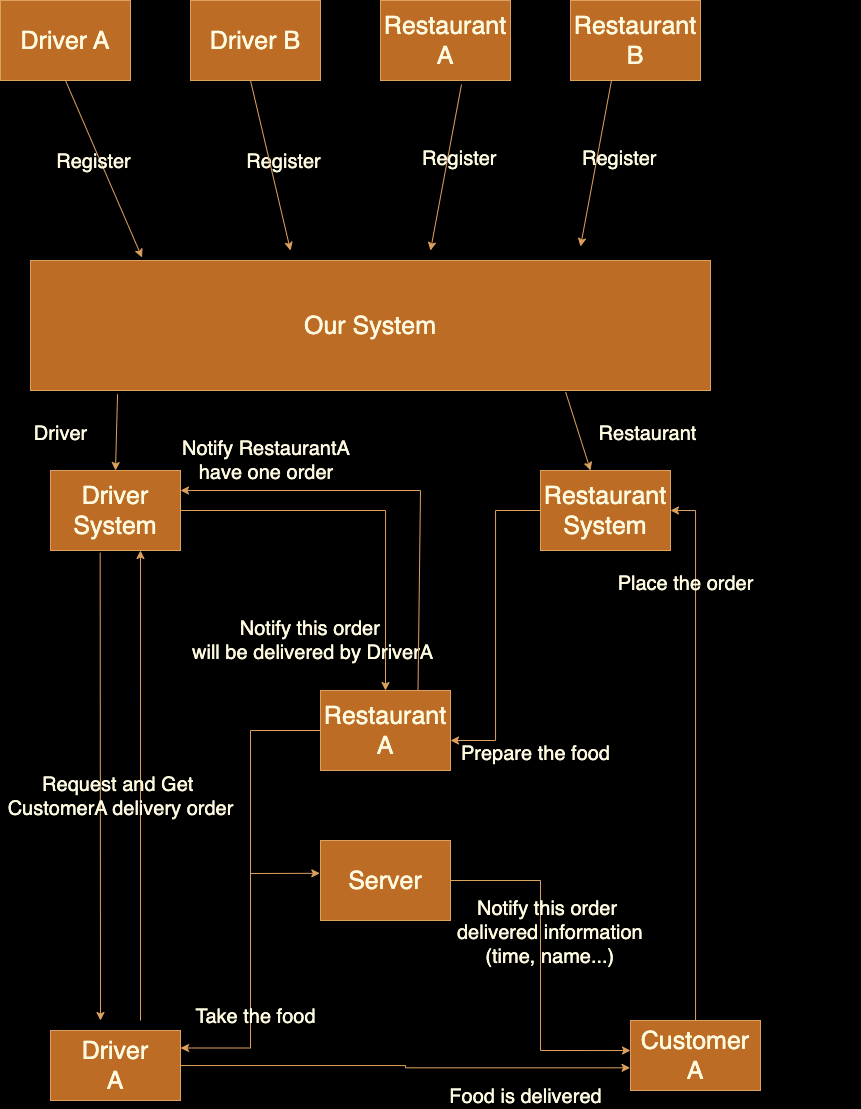
Above: server/public/other/basic_structure/Workflow.png in ryuchenn/Food-Ordering-System (draw.io), before the change. Source tidied: cells renumbered, new cells last; positions are measured from the earlier drawing's top-left corner, leaving out a move shared by most shapes.
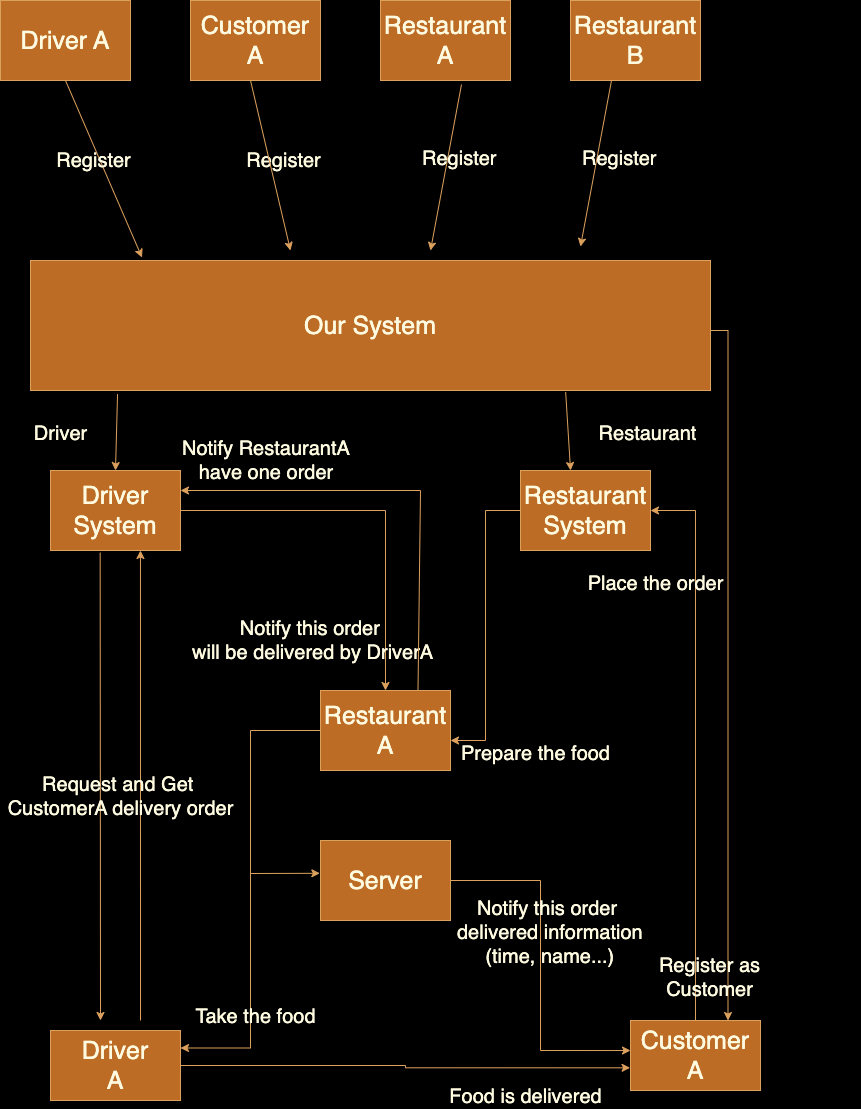
Later version of the same file.

Change to the diagram source:
```diff
@@ -5,7 +5,7 @@
     <mxCell id="2" value="&lt;font style=&quot;font-size: 25px;&quot;&gt;Driver A&lt;/font&gt;" style="rounded=0;whiteSpace=wrap;html=1;fontColor=#FEFAE0;labelBackgroundColor=none;labelBorderColor=none;fillColor=#BC6C25;strokeColor=#DDA15E;" parent="1" vertex="1">
       <mxGeometry width="130" height="80" as="geometry" />
     </mxCell>
-    <mxCell id="3" value="&lt;font style=&quot;font-size: 25px;&quot;&gt;Driver B&lt;/font&gt;" style="rounded=0;whiteSpace=wrap;html=1;fontColor=#FEFAE0;labelBackgroundColor=none;labelBorderColor=none;fillColor=#BC6C25;strokeColor=#DDA15E;" parent="1" vertex="1">
+    <mxCell id="3" value="&lt;font style=&quot;font-size: 25px;&quot;&gt;Customer&lt;/font&gt;&lt;div&gt;&lt;font style=&quot;font-size: 25px;&quot;&gt;A&lt;/font&gt;&lt;/div&gt;" style="rounded=0;whiteSpace=wrap;html=1;fontColor=#FEFAE0;labelBackgroundColor=none;labelBorderColor=none;fillColor=#BC6C25;strokeColor=#DDA15E;" parent="1" vertex="1">
       <mxGeometry x="190" width="130" height="80" as="geometry" />
     </mxCell>
     <mxCell id="4" value="&lt;font style=&quot;font-size: 25px;&quot;&gt;Restaurant A&lt;/font&gt;" style="rounded=0;whiteSpace=wrap;html=1;fontColor=#FEFAE0;labelBackgroundColor=none;labelBorderColor=none;fillColor=#BC6C25;strokeColor=#DDA15E;" parent="1" vertex="1">
@@ -14,6 +14,13 @@
     <mxCell id="5" value="&lt;font style=&quot;font-size: 25px;&quot;&gt;Restaurant B&lt;/font&gt;" style="rounded=0;whiteSpace=wrap;html=1;fontColor=#FEFAE0;labelBackgroundColor=none;labelBorderColor=none;fillColor=#BC6C25;strokeColor=#DDA15E;" parent="1" vertex="1">
       <mxGeometry x="570" width="130" height="80" as="geometry" />
     </mxCell>
+    <mxCell id="47" style="edgeStyle=orthogonalEdgeStyle;rounded=0;jettySize=auto;html=1;entryX=0.75;entryY=0;entryDx=0;entryDy=0;labelBackgroundColor=none;strokeColor=#DDA15E;fontColor=default;" parent="1" edge="1" source="6" target="26">
+      <mxGeometry relative="1" as="geometry">
+        <Array as="points">
+          <mxPoint x="728" y="330" />
+        </Array>
+      </mxGeometry>
+    </mxCell>
     <mxCell id="6" value="&lt;font style=&quot;font-size: 25px;&quot;&gt;Our System&lt;/font&gt;" style="rounded=0;whiteSpace=wrap;html=1;fontColor=#FEFAE0;labelBackgroundColor=none;labelBorderColor=none;fillColor=#BC6C25;strokeColor=#DDA15E;" parent="1" vertex="1">
       <mxGeometry x="30" y="260" width="680" height="130" as="geometry" />
     </mxCell>
@@ -60,7 +67,7 @@
       <mxGeometry x="50" y="470" width="130" height="80" as="geometry" />
     </mxCell>
     <mxCell id="17" value="&lt;font style=&quot;font-size: 25px;&quot;&gt;Restaurant&lt;/font&gt;&lt;div&gt;&lt;font style=&quot;font-size: 25px;&quot;&gt;System&lt;/font&gt;&lt;/div&gt;" style="rounded=0;whiteSpace=wrap;html=1;fontColor=#FEFAE0;labelBackgroundColor=none;labelBorderColor=none;fillColor=#BC6C25;strokeColor=#DDA15E;" parent="1" vertex="1">
-      <mxGeometry x="540" y="470" width="130" height="80" as="geometry" />
+      <mxGeometry x="520" y="470" width="130" height="80" as="geometry" />
     </mxCell>
     <mxCell id="18" value="&lt;font style=&quot;font-size: 20px;&quot;&gt;Driver&lt;/font&gt;" style="edgeLabel;html=1;align=center;verticalAlign=middle;fontColor=#FEFAE0;labelBackgroundColor=none;labelBorderColor=none;" parent="1" vertex="1">
       <mxGeometry x="65" y="440" as="geometry">
@@ -109,7 +116,7 @@
       <mxGeometry relative="1" as="geometry" />
     </mxCell>
     <mxCell id="32" value="&lt;font style=&quot;font-size: 20px;&quot;&gt;Place the order&lt;/font&gt;" style="edgeLabel;html=1;align=center;verticalAlign=middle;fontColor=#FEFAE0;labelBackgroundColor=none;labelBorderColor=none;" parent="1" vertex="1">
-      <mxGeometry x="690" y="590" as="geometry">
+      <mxGeometry x="660" y="590" as="geometry">
         <mxPoint x="-5" y="-7" as="offset" />
       </mxGeometry>
     </mxCell>
@@ -173,5 +180,10 @@
     <mxCell id="46" value="&lt;div style=&quot;text-align: center;&quot;&gt;&lt;span style=&quot;font-size: 20px; text-wrap: nowrap;&quot;&gt;Notify RestaurantA&lt;br&gt;have one order&lt;/span&gt;&lt;/div&gt;" style="text;whiteSpace=wrap;html=1;fontColor=#FEFAE0;labelBackgroundColor=none;labelBorderColor=none;" parent="1" vertex="1">
       <mxGeometry x="180" y="430" width="260" height="70" as="geometry" />
     </mxCell>
+    <mxCell id="48" value="&lt;font style=&quot;font-size: 20px;&quot;&gt;Register as&lt;/font&gt;&lt;div&gt;&lt;font style=&quot;font-size: 20px;&quot;&gt;Customer&lt;/font&gt;&lt;/div&gt;" style="edgeLabel;html=1;align=center;verticalAlign=middle;fontColor=#FEFAE0;labelBackgroundColor=none;labelBorderColor=none;" parent="1" vertex="1">
+      <mxGeometry x="710" y="980" as="geometry">
+        <mxPoint x="-1" y="-3" as="offset" />
+      </mxGeometry>
+    </mxCell>
   </root>
 </mxGraphModel>
```
